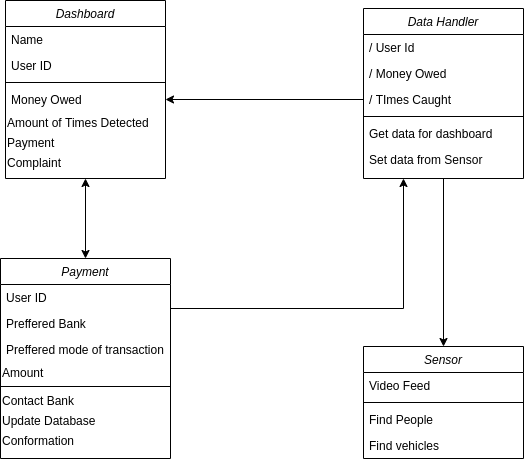
This is sem4/ssad/end-sem/img/Class Diagram.png from Blizzard57/college_proj, a draw.io export, as it was before one commit. Source tidied: cells renumbered, new cells last; positions are measured from the earlier drawing's top-left corner, leaving out a move shared by most shapes. Its diagram source:
```xml
<mxGraphModel>
  <root>
    <mxCell id="0" />
    <mxCell id="1" parent="0" />
    <mxCell id="2" style="edgeStyle=orthogonalEdgeStyle;rounded=0;jettySize=auto;html=1;exitX=0.5;exitY=1;exitDx=0;exitDy=0;entryX=0.5;entryY=0;entryDx=0;entryDy=0;" parent="1" edge="1" source="3" target="29">
      <mxGeometry relative="1" as="geometry" />
    </mxCell>
    <mxCell id="3" value="Data Handler" style="swimlane;fontStyle=2;align=center;verticalAlign=top;horizontal=1;startSize=26;rounded=0;shadow=0;strokeWidth=1;" parent="1" vertex="1">
      <mxGeometry x="363" y="8" width="160" height="170" as="geometry" />
    </mxCell>
    <mxCell id="4" value="/ User Id" style="text;align=left;verticalAlign=top;spacingLeft=4;spacingRight=4;overflow=hidden;points=[[0,0.5],[1,0.5]];portConstraint=eastwest;" parent="3" vertex="1">
      <mxGeometry y="26" width="160" height="26" as="geometry" />
    </mxCell>
    <mxCell id="5" value="/ Money Owed" style="text;align=left;verticalAlign=top;spacingLeft=4;spacingRight=4;overflow=hidden;rounded=0;shadow=0;html=0;" parent="3" vertex="1">
      <mxGeometry y="52" width="160" height="26" as="geometry" />
    </mxCell>
    <mxCell id="6" value="/ TImes Caught" style="text;align=left;verticalAlign=top;spacingLeft=4;spacingRight=4;overflow=hidden;points=[[0,0.5],[1,0.5]];portConstraint=eastwest;rounded=0;shadow=0;html=0;" parent="3" vertex="1">
      <mxGeometry y="78" width="160" height="26" as="geometry" />
    </mxCell>
    <mxCell id="7" style="line;html=1;strokeWidth=1;align=left;verticalAlign=middle;spacingTop=-1;spacingLeft=3;spacingRight=3;labelPosition=right;" parent="3" vertex="1">
      <mxGeometry y="104" width="160" height="8" as="geometry" />
    </mxCell>
    <mxCell id="8" value="Get data for dashboard" style="text;align=left;verticalAlign=top;spacingLeft=4;spacingRight=4;overflow=hidden;" parent="3" vertex="1">
      <mxGeometry y="112" width="160" height="26" as="geometry" />
    </mxCell>
    <mxCell id="9" value="Set data from Sensor" style="text;align=left;verticalAlign=top;spacingLeft=4;spacingRight=4;overflow=hidden;" parent="3" vertex="1">
      <mxGeometry y="138" width="160" height="26" as="geometry" />
    </mxCell>
    <mxCell id="10" style="edgeStyle=orthogonalEdgeStyle;rounded=0;jettySize=auto;html=1;exitX=0;exitY=0.5;exitDx=0;exitDy=0;entryX=1;entryY=0.5;entryDx=0;entryDy=0;" parent="1" edge="1" source="6" target="25">
      <mxGeometry relative="1" as="geometry" />
    </mxCell>
    <mxCell id="11" style="edgeStyle=orthogonalEdgeStyle;rounded=0;jettySize=auto;html=1;exitX=1;exitY=0.25;exitDx=0;exitDy=0;entryX=0.25;entryY=1;entryDx=0;entryDy=0;" parent="1" edge="1" source="12" target="3">
      <mxGeometry relative="1" as="geometry" />
    </mxCell>
    <mxCell id="12" value="Payment" style="swimlane;fontStyle=2;align=center;verticalAlign=top;horizontal=1;startSize=26;rounded=0;shadow=0;strokeWidth=1;" parent="1" vertex="1">
      <mxGeometry y="258" width="170" height="200" as="geometry" />
    </mxCell>
    <mxCell id="13" value="User ID" style="text;align=left;verticalAlign=top;spacingLeft=4;spacingRight=4;overflow=hidden;" parent="12" vertex="1">
      <mxGeometry y="26" width="170" height="26" as="geometry" />
    </mxCell>
    <mxCell id="14" value="Preffered Bank" style="text;align=left;verticalAlign=top;spacingLeft=4;spacingRight=4;overflow=hidden;rounded=0;shadow=0;html=0;" parent="12" vertex="1">
      <mxGeometry y="52" width="170" height="26" as="geometry" />
    </mxCell>
    <mxCell id="15" value="Preffered mode of transaction" style="text;align=left;verticalAlign=top;spacingLeft=4;spacingRight=4;overflow=hidden;" parent="12" vertex="1">
      <mxGeometry y="78" width="170" height="26" as="geometry" />
    </mxCell>
    <mxCell id="16" value="&lt;div&gt;&lt;span&gt;Amount&lt;/span&gt;&lt;/div&gt;" style="text;html=1;align=left;verticalAlign=middle;" parent="12" vertex="1">
      <mxGeometry y="104" width="170" height="20" as="geometry" />
    </mxCell>
    <mxCell id="17" style="line;html=1;strokeWidth=1;align=left;verticalAlign=middle;spacingTop=-1;spacingLeft=3;spacingRight=3;labelPosition=right;" parent="12" vertex="1">
      <mxGeometry y="124" width="170" height="8" as="geometry" />
    </mxCell>
    <mxCell id="18" value="Contact Bank" style="text;html=1;align=left;verticalAlign=middle;" parent="12" vertex="1">
      <mxGeometry y="132" width="170" height="20" as="geometry" />
    </mxCell>
    <mxCell id="19" value="Update Database" style="text;html=1;align=left;verticalAlign=middle;" parent="12" vertex="1">
      <mxGeometry y="152" width="170" height="20" as="geometry" />
    </mxCell>
    <mxCell id="20" value="Conformation" style="text;html=1;align=left;verticalAlign=middle;" parent="12" vertex="1">
      <mxGeometry y="172" width="170" height="20" as="geometry" />
    </mxCell>
    <mxCell id="21" value="Dashboard" style="swimlane;fontStyle=2;align=center;verticalAlign=top;horizontal=1;startSize=26;rounded=0;shadow=0;strokeWidth=1;" parent="1" vertex="1">
      <mxGeometry x="5" width="160" height="178" as="geometry" />
    </mxCell>
    <mxCell id="22" value="Name" style="text;align=left;verticalAlign=top;spacingLeft=4;spacingRight=4;overflow=hidden;" parent="21" vertex="1">
      <mxGeometry y="26" width="160" height="26" as="geometry" />
    </mxCell>
    <mxCell id="23" value="User ID" style="text;align=left;verticalAlign=top;spacingLeft=4;spacingRight=4;overflow=hidden;points=[[0,0.5],[1,0.5]];portConstraint=eastwest;rounded=0;shadow=0;html=0;" parent="21" vertex="1">
      <mxGeometry y="52" width="160" height="26" as="geometry" />
    </mxCell>
    <mxCell id="24" style="line;html=1;strokeWidth=1;align=left;verticalAlign=middle;spacingTop=-1;spacingLeft=3;spacingRight=3;labelPosition=right;" parent="21" vertex="1">
      <mxGeometry y="78" width="160" height="8" as="geometry" />
    </mxCell>
    <mxCell id="25" value="Money Owed" style="text;align=left;verticalAlign=top;spacingLeft=4;spacingRight=4;overflow=hidden;points=[[0,0.5],[1,0.5]];portConstraint=eastwest;" parent="21" vertex="1">
      <mxGeometry y="86" width="160" height="26" as="geometry" />
    </mxCell>
    <mxCell id="26" value="&lt;span&gt;Amount of Times Detected&lt;/span&gt;" style="text;html=1;align=left;verticalAlign=middle;" parent="21" vertex="1">
      <mxGeometry y="112" width="160" height="20" as="geometry" />
    </mxCell>
    <mxCell id="27" value="&lt;span&gt;Payment&lt;/span&gt;" style="text;html=1;align=left;verticalAlign=middle;" parent="21" vertex="1">
      <mxGeometry y="132" width="160" height="20" as="geometry" />
    </mxCell>
    <mxCell id="28" value="&lt;span&gt;Complaint&lt;/span&gt;" style="text;html=1;align=left;verticalAlign=middle;" parent="21" vertex="1">
      <mxGeometry y="152" width="160" height="20" as="geometry" />
    </mxCell>
    <mxCell id="29" value="Sensor" style="swimlane;fontStyle=2;align=center;verticalAlign=top;horizontal=1;startSize=26;rounded=0;shadow=0;strokeWidth=1;" parent="1" vertex="1">
      <mxGeometry x="363" y="346" width="160" height="112" as="geometry" />
    </mxCell>
    <mxCell id="30" value="Video Feed" style="text;align=left;verticalAlign=top;spacingLeft=4;spacingRight=4;overflow=hidden;" parent="29" vertex="1">
      <mxGeometry y="26" width="160" height="26" as="geometry" />
    </mxCell>
    <mxCell id="31" style="line;html=1;strokeWidth=1;align=left;verticalAlign=middle;spacingTop=-1;spacingLeft=3;spacingRight=3;labelPosition=right;" parent="29" vertex="1">
      <mxGeometry y="52" width="160" height="8" as="geometry" />
    </mxCell>
    <mxCell id="32" value="Find People" style="text;align=left;verticalAlign=top;spacingLeft=4;spacingRight=4;overflow=hidden;fontStyle=0;" parent="29" vertex="1">
      <mxGeometry y="60" width="160" height="26" as="geometry" />
    </mxCell>
    <mxCell id="33" value="Find vehicles" style="text;align=left;verticalAlign=top;spacingLeft=4;spacingRight=4;overflow=hidden;" parent="29" vertex="1">
      <mxGeometry y="86" width="160" height="26" as="geometry" />
    </mxCell>
    <mxCell id="34" style="endArrow=classic;startArrow=classic;html=1;entryX=0.5;entryY=1;entryDx=0;entryDy=0;exitX=0.5;exitY=0;exitDx=0;exitDy=0;" parent="1" edge="1" source="12" target="21">
      <mxGeometry relative="1" as="geometry" />
    </mxCell>
  </root>
</mxGraphModel>
```
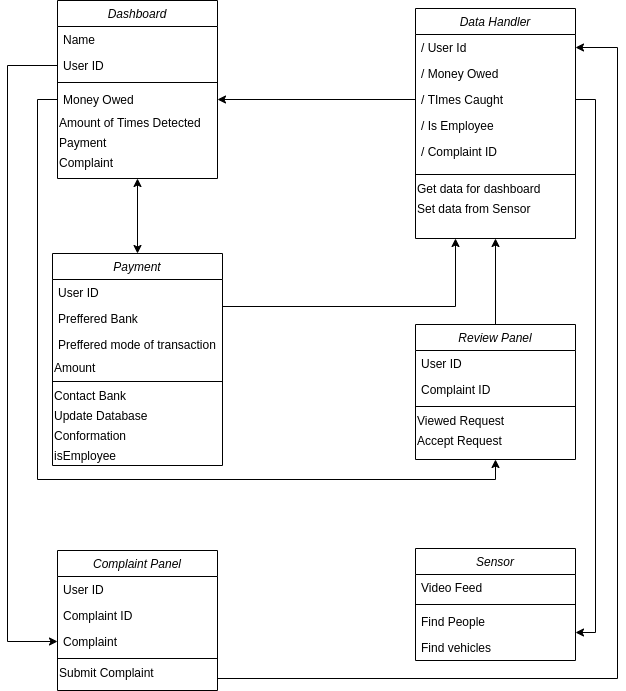
After the commit.

Change to the diagram source:
```diff
@@ -2,11 +2,11 @@
   <root>
     <mxCell id="0" />
     <mxCell id="1" parent="0" />
-    <mxCell id="2" style="edgeStyle=orthogonalEdgeStyle;rounded=0;jettySize=auto;html=1;exitX=0.5;exitY=1;exitDx=0;exitDy=0;entryX=0.5;entryY=0;entryDx=0;entryDy=0;" parent="1" edge="1" source="3" target="29">
+    <mxCell id="2" style="edgeStyle=orthogonalEdgeStyle;rounded=0;jettySize=auto;html=1;exitX=1;exitY=0.5;exitDx=0;exitDy=0;entryX=1;entryY=0.75;entryDx=0;entryDy=0;" parent="1" edge="1" source="6" target="29">
       <mxGeometry relative="1" as="geometry" />
     </mxCell>
     <mxCell id="3" value="Data Handler" style="swimlane;fontStyle=2;align=center;verticalAlign=top;horizontal=1;startSize=26;rounded=0;shadow=0;strokeWidth=1;" parent="1" vertex="1">
-      <mxGeometry x="363" y="8" width="160" height="170" as="geometry" />
+      <mxGeometry x="363" y="8" width="160" height="230" as="geometry" />
     </mxCell>
     <mxCell id="4" value="/ User Id" style="text;align=left;verticalAlign=top;spacingLeft=4;spacingRight=4;overflow=hidden;points=[[0,0.5],[1,0.5]];portConstraint=eastwest;" parent="3" vertex="1">
       <mxGeometry y="26" width="160" height="26" as="geometry" />
@@ -17,23 +17,56 @@
     <mxCell id="6" value="/ TImes Caught" style="text;align=left;verticalAlign=top;spacingLeft=4;spacingRight=4;overflow=hidden;points=[[0,0.5],[1,0.5]];portConstraint=eastwest;rounded=0;shadow=0;html=0;" parent="3" vertex="1">
       <mxGeometry y="78" width="160" height="26" as="geometry" />
     </mxCell>
-    <mxCell id="7" style="line;html=1;strokeWidth=1;align=left;verticalAlign=middle;spacingTop=-1;spacingLeft=3;spacingRight=3;labelPosition=right;" parent="3" vertex="1">
-      <mxGeometry y="104" width="160" height="8" as="geometry" />
-    </mxCell>
-    <mxCell id="8" value="Get data for dashboard" style="text;align=left;verticalAlign=top;spacingLeft=4;spacingRight=4;overflow=hidden;" parent="3" vertex="1">
-      <mxGeometry y="112" width="160" height="26" as="geometry" />
+    <mxCell id="8" value="/ Is Employee" style="text;align=left;verticalAlign=top;spacingLeft=4;spacingRight=4;overflow=hidden;" parent="3" vertex="1">
+      <mxGeometry y="104" width="160" height="26" as="geometry" />
     </mxCell>
-    <mxCell id="9" value="Set data from Sensor" style="text;align=left;verticalAlign=top;spacingLeft=4;spacingRight=4;overflow=hidden;" parent="3" vertex="1">
-      <mxGeometry y="138" width="160" height="26" as="geometry" />
+    <mxCell id="9" value="/ Complaint ID" style="text;align=left;verticalAlign=top;spacingLeft=4;spacingRight=4;overflow=hidden;" parent="3" vertex="1">
+      <mxGeometry y="130" width="160" height="32" as="geometry" />
     </mxCell>
+    <mxCell id="7" style="line;html=1;strokeWidth=1;align=left;verticalAlign=middle;spacingTop=-1;spacingLeft=3;spacingRight=3;labelPosition=right;" parent="3" vertex="1">
+      <mxGeometry y="162" width="160" height="8" as="geometry" />
+    </mxCell>
+    <mxCell id="35" value="&lt;span&gt;Get data for dashboard&lt;/span&gt;" style="text;html=1;align=left;verticalAlign=middle;" parent="3" vertex="1">
+      <mxGeometry y="170" width="160" height="20" as="geometry" />
+    </mxCell>
+    <mxCell id="36" value="&lt;span&gt;Set data from Sensor&lt;/span&gt;" style="text;html=1;align=left;verticalAlign=middle;" parent="3" vertex="1">
+      <mxGeometry y="190" width="160" height="20" as="geometry" />
+    </mxCell>
     <mxCell id="10" style="edgeStyle=orthogonalEdgeStyle;rounded=0;jettySize=auto;html=1;exitX=0;exitY=0.5;exitDx=0;exitDy=0;entryX=1;entryY=0.5;entryDx=0;entryDy=0;" parent="1" edge="1" source="6" target="25">
       <mxGeometry relative="1" as="geometry" />
     </mxCell>
     <mxCell id="11" style="edgeStyle=orthogonalEdgeStyle;rounded=0;jettySize=auto;html=1;exitX=1;exitY=0.25;exitDx=0;exitDy=0;entryX=0.25;entryY=1;entryDx=0;entryDy=0;" parent="1" edge="1" source="12" target="3">
       <mxGeometry relative="1" as="geometry" />
     </mxCell>
+    <mxCell id="21" value="Dashboard" style="swimlane;fontStyle=2;align=center;verticalAlign=top;horizontal=1;startSize=26;rounded=0;shadow=0;strokeWidth=1;" parent="1" vertex="1">
+      <mxGeometry x="5" width="160" height="178" as="geometry" />
+    </mxCell>
+    <mxCell id="22" value="Name" style="text;align=left;verticalAlign=top;spacingLeft=4;spacingRight=4;overflow=hidden;" parent="21" vertex="1">
+      <mxGeometry y="26" width="160" height="26" as="geometry" />
+    </mxCell>
+    <mxCell id="23" value="User ID" style="text;align=left;verticalAlign=top;spacingLeft=4;spacingRight=4;overflow=hidden;points=[[0,0.5],[1,0.5]];portConstraint=eastwest;rounded=0;shadow=0;html=0;" parent="21" vertex="1">
+      <mxGeometry y="52" width="160" height="26" as="geometry" />
+    </mxCell>
+    <mxCell id="24" style="line;html=1;strokeWidth=1;align=left;verticalAlign=middle;spacingTop=-1;spacingLeft=3;spacingRight=3;labelPosition=right;" parent="21" vertex="1">
+      <mxGeometry y="78" width="160" height="8" as="geometry" />
+    </mxCell>
+    <mxCell id="25" value="Money Owed" style="text;align=left;verticalAlign=top;spacingLeft=4;spacingRight=4;overflow=hidden;points=[[0,0.5],[1,0.5]];portConstraint=eastwest;" parent="21" vertex="1">
+      <mxGeometry y="86" width="160" height="26" as="geometry" />
+    </mxCell>
+    <mxCell id="26" value="&lt;span&gt;Amount of Times Detected&lt;/span&gt;" style="text;html=1;align=left;verticalAlign=middle;" parent="21" vertex="1">
+      <mxGeometry y="112" width="160" height="20" as="geometry" />
+    </mxCell>
+    <mxCell id="27" value="&lt;span&gt;Payment&lt;/span&gt;" style="text;html=1;align=left;verticalAlign=middle;" parent="21" vertex="1">
+      <mxGeometry y="132" width="160" height="20" as="geometry" />
+    </mxCell>
+    <mxCell id="28" value="&lt;span&gt;Complaint&lt;/span&gt;" style="text;html=1;align=left;verticalAlign=middle;" parent="21" vertex="1">
+      <mxGeometry y="152" width="160" height="20" as="geometry" />
+    </mxCell>
+    <mxCell id="34" style="endArrow=classic;startArrow=classic;html=1;entryX=0.5;entryY=1;entryDx=0;entryDy=0;exitX=0.5;exitY=0;exitDx=0;exitDy=0;" parent="1" edge="1" source="12" target="21">
+      <mxGeometry relative="1" as="geometry" />
+    </mxCell>
     <mxCell id="12" value="Payment" style="swimlane;fontStyle=2;align=center;verticalAlign=top;horizontal=1;startSize=26;rounded=0;shadow=0;strokeWidth=1;" parent="1" vertex="1">
-      <mxGeometry y="258" width="170" height="200" as="geometry" />
+      <mxGeometry y="253" width="170" height="212" as="geometry" />
     </mxCell>
     <mxCell id="13" value="User ID" style="text;align=left;verticalAlign=top;spacingLeft=4;spacingRight=4;overflow=hidden;" parent="12" vertex="1">
       <mxGeometry y="26" width="170" height="26" as="geometry" />
@@ -59,32 +92,61 @@
     <mxCell id="20" value="Conformation" style="text;html=1;align=left;verticalAlign=middle;" parent="12" vertex="1">
       <mxGeometry y="172" width="170" height="20" as="geometry" />
     </mxCell>
-    <mxCell id="21" value="Dashboard" style="swimlane;fontStyle=2;align=center;verticalAlign=top;horizontal=1;startSize=26;rounded=0;shadow=0;strokeWidth=1;" parent="1" vertex="1">
-      <mxGeometry x="5" width="160" height="178" as="geometry" />
-    </mxCell>
-    <mxCell id="22" value="Name" style="text;align=left;verticalAlign=top;spacingLeft=4;spacingRight=4;overflow=hidden;" parent="21" vertex="1">
-      <mxGeometry y="26" width="160" height="26" as="geometry" />
-    </mxCell>
-    <mxCell id="23" value="User ID" style="text;align=left;verticalAlign=top;spacingLeft=4;spacingRight=4;overflow=hidden;points=[[0,0.5],[1,0.5]];portConstraint=eastwest;rounded=0;shadow=0;html=0;" parent="21" vertex="1">
-      <mxGeometry y="52" width="160" height="26" as="geometry" />
-    </mxCell>
-    <mxCell id="24" style="line;html=1;strokeWidth=1;align=left;verticalAlign=middle;spacingTop=-1;spacingLeft=3;spacingRight=3;labelPosition=right;" parent="21" vertex="1">
-      <mxGeometry y="78" width="160" height="8" as="geometry" />
-    </mxCell>
-    <mxCell id="25" value="Money Owed" style="text;align=left;verticalAlign=top;spacingLeft=4;spacingRight=4;overflow=hidden;points=[[0,0.5],[1,0.5]];portConstraint=eastwest;" parent="21" vertex="1">
-      <mxGeometry y="86" width="160" height="26" as="geometry" />
-    </mxCell>
-    <mxCell id="26" value="&lt;span&gt;Amount of Times Detected&lt;/span&gt;" style="text;html=1;align=left;verticalAlign=middle;" parent="21" vertex="1">
-      <mxGeometry y="112" width="160" height="20" as="geometry" />
-    </mxCell>
-    <mxCell id="27" value="&lt;span&gt;Payment&lt;/span&gt;" style="text;html=1;align=left;verticalAlign=middle;" parent="21" vertex="1">
-      <mxGeometry y="132" width="160" height="20" as="geometry" />
-    </mxCell>
-    <mxCell id="28" value="&lt;span&gt;Complaint&lt;/span&gt;" style="text;html=1;align=left;verticalAlign=middle;" parent="21" vertex="1">
-      <mxGeometry y="152" width="160" height="20" as="geometry" />
-    </mxCell>
+    <mxCell id="37" value="isEmployee" style="text;html=1;align=left;verticalAlign=middle;" parent="12" vertex="1">
+      <mxGeometry y="192" width="170" height="20" as="geometry" />
+    </mxCell>
+    <mxCell id="38" style="edgeStyle=orthogonalEdgeStyle;rounded=0;jettySize=auto;html=1;exitX=0.5;exitY=0;exitDx=0;exitDy=0;entryX=0.5;entryY=1;entryDx=0;entryDy=0;" parent="1" edge="1" source="39" target="3">
+      <mxGeometry relative="1" as="geometry" />
+    </mxCell>
+    <mxCell id="39" value="Review Panel" style="swimlane;fontStyle=2;align=center;verticalAlign=top;horizontal=1;startSize=26;rounded=0;shadow=0;strokeWidth=1;" parent="1" vertex="1">
+      <mxGeometry x="363" y="324" width="160" height="135" as="geometry" />
+    </mxCell>
+    <mxCell id="40" value="User ID" style="text;align=left;verticalAlign=top;spacingLeft=4;spacingRight=4;overflow=hidden;" parent="39" vertex="1">
+      <mxGeometry y="26" width="160" height="26" as="geometry" />
+    </mxCell>
+    <mxCell id="41" value="Complaint ID" style="text;align=left;verticalAlign=top;spacingLeft=4;spacingRight=4;overflow=hidden;" parent="39" vertex="1">
+      <mxGeometry y="52" width="160" height="26" as="geometry" />
+    </mxCell>
+    <mxCell id="42" style="line;html=1;strokeWidth=1;align=left;verticalAlign=middle;spacingTop=-1;spacingLeft=3;spacingRight=3;labelPosition=right;" parent="39" vertex="1">
+      <mxGeometry y="78" width="160" height="8" as="geometry" />
+    </mxCell>
+    <mxCell id="43" value="Viewed Request" style="text;html=1;align=left;verticalAlign=middle;" parent="39" vertex="1">
+      <mxGeometry y="86" width="160" height="20" as="geometry" />
+    </mxCell>
+    <mxCell id="44" value="Accept Request" style="text;html=1;align=left;verticalAlign=middle;" parent="39" vertex="1">
+      <mxGeometry y="106" width="160" height="20" as="geometry" />
+    </mxCell>
+    <mxCell id="45" style="edgeStyle=orthogonalEdgeStyle;rounded=0;jettySize=auto;html=1;exitX=0;exitY=0.5;exitDx=0;exitDy=0;entryX=0.5;entryY=1;entryDx=0;entryDy=0;" parent="1" edge="1" source="25" target="39">
+      <mxGeometry relative="1" as="geometry" />
+    </mxCell>
+    <mxCell id="46" value="Complaint Panel" style="swimlane;fontStyle=2;align=center;verticalAlign=top;horizontal=1;startSize=26;rounded=0;shadow=0;strokeWidth=1;" parent="1" vertex="1">
+      <mxGeometry x="5" y="550" width="160" height="140" as="geometry" />
+    </mxCell>
+    <mxCell id="47" value="User ID" style="text;align=left;verticalAlign=top;spacingLeft=4;spacingRight=4;overflow=hidden;" parent="46" vertex="1">
+      <mxGeometry y="26" width="160" height="26" as="geometry" />
+    </mxCell>
+    <mxCell id="48" value="Complaint ID" style="text;align=left;verticalAlign=top;spacingLeft=4;spacingRight=4;overflow=hidden;" parent="46" vertex="1">
+      <mxGeometry y="52" width="160" height="26" as="geometry" />
+    </mxCell>
+    <mxCell id="49" value="Complaint" style="text;align=left;verticalAlign=top;spacingLeft=4;spacingRight=4;overflow=hidden;points=[[0,0.5],[1,0.5]];portConstraint=eastwest;fontStyle=0;" parent="46" vertex="1">
+      <mxGeometry y="78" width="160" height="26" as="geometry" />
+    </mxCell>
+    <mxCell id="50" style="line;html=1;strokeWidth=1;align=left;verticalAlign=middle;spacingTop=-1;spacingLeft=3;spacingRight=3;labelPosition=right;" parent="46" vertex="1">
+      <mxGeometry y="104" width="160" height="8" as="geometry" />
+    </mxCell>
+    <mxCell id="51" value="Submit Complaint" style="text;html=1;align=left;verticalAlign=middle;" parent="46" vertex="1">
+      <mxGeometry y="112" width="160" height="20" as="geometry" />
+    </mxCell>
+    <mxCell id="52" style="edgeStyle=orthogonalEdgeStyle;rounded=0;jettySize=auto;html=1;exitX=0;exitY=0.5;exitDx=0;exitDy=0;entryX=0;entryY=0.5;entryDx=0;entryDy=0;" parent="1" edge="1" source="23" target="49">
+      <mxGeometry relative="1" as="geometry">
+        <Array as="points">
+          <mxPoint x="-45" y="65" />
+          <mxPoint x="-45" y="641" />
+        </Array>
+      </mxGeometry>
+    </mxCell>
     <mxCell id="29" value="Sensor" style="swimlane;fontStyle=2;align=center;verticalAlign=top;horizontal=1;startSize=26;rounded=0;shadow=0;strokeWidth=1;" parent="1" vertex="1">
-      <mxGeometry x="363" y="346" width="160" height="112" as="geometry" />
+      <mxGeometry x="363" y="548" width="160" height="112" as="geometry" />
     </mxCell>
     <mxCell id="30" value="Video Feed" style="text;align=left;verticalAlign=top;spacingLeft=4;spacingRight=4;overflow=hidden;" parent="29" vertex="1">
       <mxGeometry y="26" width="160" height="26" as="geometry" />
@@ -98,8 +160,14 @@
     <mxCell id="33" value="Find vehicles" style="text;align=left;verticalAlign=top;spacingLeft=4;spacingRight=4;overflow=hidden;" parent="29" vertex="1">
       <mxGeometry y="86" width="160" height="26" as="geometry" />
     </mxCell>
-    <mxCell id="34" style="endArrow=classic;startArrow=classic;html=1;entryX=0.5;entryY=1;entryDx=0;entryDy=0;exitX=0.5;exitY=0;exitDx=0;exitDy=0;" parent="1" edge="1" source="12" target="21">
-      <mxGeometry relative="1" as="geometry" />
-    </mxCell>
+    <mxCell id="53" style="edgeStyle=orthogonalEdgeStyle;rounded=0;jettySize=auto;html=1;exitX=1;exitY=0.5;exitDx=0;exitDy=0;entryX=1;entryY=0.5;entryDx=0;entryDy=0;" parent="1" edge="1" source="49" target="4">
+      <mxGeometry relative="1" as="geometry">
+        <Array as="points">
+          <mxPoint x="165" y="678" />
+          <mxPoint x="565" y="678" />
+          <mxPoint x="565" y="47" />
+        </Array>
+      </mxGeometry>
+    </mxCell>
   </root>
 </mxGraphModel>
```
